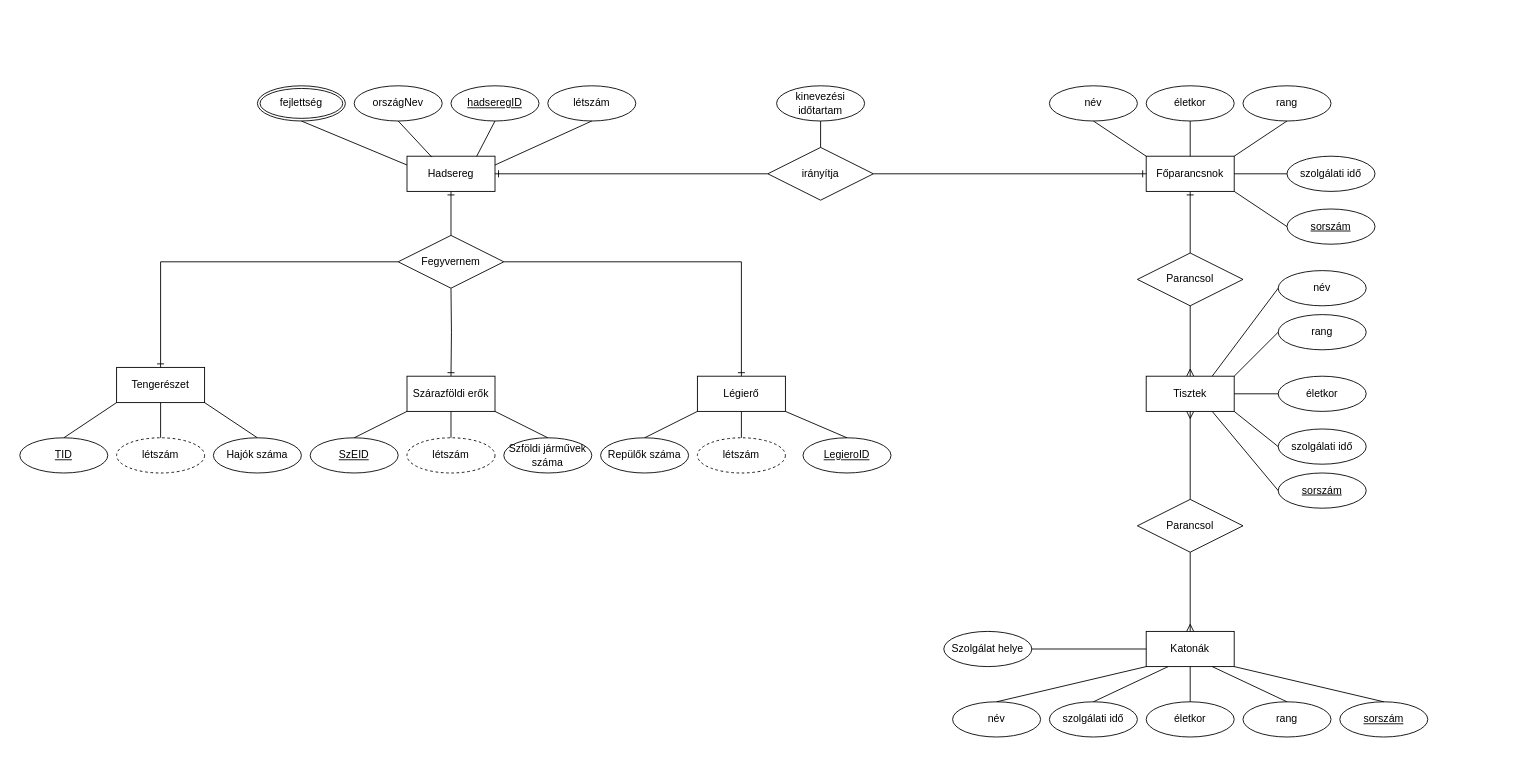
This is DBSemTaskHEPMIU/ERhepmiu.drawio from urbanoliver/HEPMIU_DB1Gyak, a draw.io file, before an edit. Source tidied: cells renumbered, new cells numbered last; positions are measured from the earlier drawing's top-left corner, leaving out a move shared by most shapes. Both pictures are drawn from the tidied source at 88%, with x=0, y=0 at pixel (19, 85).
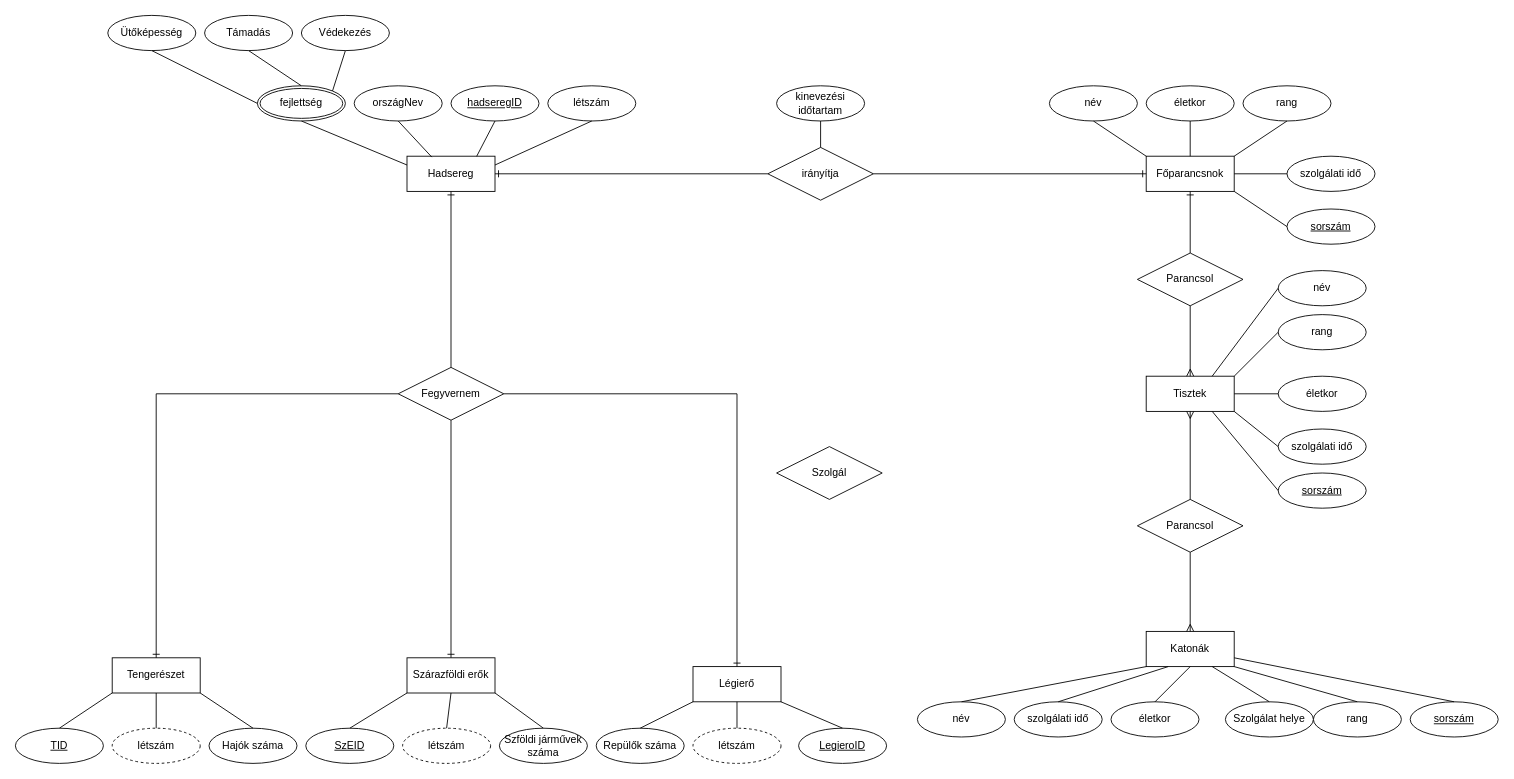
The same page after the edit.

The change refers to these unchanged cells:
```xml
<mxCell id="45" value="Katonák" style="whiteSpace=wrap;html=1;align=center;" parent="1" vertex="1">
  <mxGeometry x="1280" y="620" width="100" height="40" as="geometry" />
</mxCell>
<mxCell id="69" value="fejlettség" style="ellipse;shape=doubleEllipse;margin=3;whiteSpace=wrap;html=1;align=center;" parent="1" vertex="1">
  <mxGeometry x="270" width="100" height="40" as="geometry" />
</mxCell>
```

Diff of the diagram source:
```diff
@@
-    <mxCell id="5" style="fontSize=12;html=1;endArrow=ERone;endFill=1;rounded=0;entryX=0.5;entryY=0;entryDx=0;entryDy=0;edgeStyle=orthogonalEdgeStyle;" parent="1" edge="1" target="6">
-      <mxGeometry relative="1" as="geometry">
-        <mxPoint x="490" y="230" as="sourcePoint" />
-      </mxGeometry>
+    <mxCell id="5" style="fontSize=12;html=1;endArrow=ERone;endFill=1;rounded=0;entryX=0.5;entryY=0;entryDx=0;entryDy=0;edgeStyle=orthogonalEdgeStyle;exitX=0.5;exitY=1;exitDx=0;exitDy=0;" parent="1" edge="1" source="14" target="6">
+      <mxGeometry relative="1" as="geometry" />
     </mxCell>
     <mxCell id="6" value="Szárazföldi erők" style="whiteSpace=wrap;html=1;align=center;" parent="1" vertex="1">
-      <mxGeometry x="440" y="330" width="100" height="40" as="geometry" />
+      <mxGeometry x="440" y="650" width="100" height="40" as="geometry" />
     </mxCell>
     <mxCell id="7" value="Légierő" style="whiteSpace=wrap;html=1;align=center;" parent="1" vertex="1">
-      <mxGeometry x="770" y="330" width="100" height="40" as="geometry" />
+      <mxGeometry x="765" y="660" width="100" height="40" as="geometry" />
     </mxCell>
@@
     <mxCell id="9" value="Tengerészet" style="whiteSpace=wrap;html=1;align=center;" parent="1" vertex="1">
-      <mxGeometry x="110" y="320" width="100" height="40" as="geometry" />
+      <mxGeometry x="105" y="650" width="100" height="40" as="geometry" />
     </mxCell>
@@
     <mxCell id="14" value="Fegyvernem" style="shape=rhombus;perimeter=rhombusPerimeter;whiteSpace=wrap;html=1;align=center;" parent="1" vertex="1">
-      <mxGeometry x="430" y="170" width="120" height="60" as="geometry" />
+      <mxGeometry x="430" y="320" width="120" height="60" as="geometry" />
     </mxCell>
@@
     <mxCell id="47" value="szolgálati idő" style="ellipse;whiteSpace=wrap;html=1;align=center;" parent="1" vertex="1">
-      <mxGeometry x="1170" y="700" width="100" height="40" as="geometry" />
+      <mxGeometry x="1130" y="700" width="100" height="40" as="geometry" />
     </mxCell>
     <mxCell id="48" value="életkor" style="ellipse;whiteSpace=wrap;html=1;align=center;" parent="1" vertex="1">
-      <mxGeometry x="1280" y="700" width="100" height="40" as="geometry" />
+      <mxGeometry x="1240" y="700" width="100" height="40" as="geometry" />
     </mxCell>
     <mxCell id="49" value="rang" style="ellipse;whiteSpace=wrap;html=1;align=center;" parent="1" vertex="1">
-      <mxGeometry x="1390" y="700" width="100" height="40" as="geometry" />
+      <mxGeometry x="1470" y="700" width="100" height="40" as="geometry" />
     </mxCell>
     <mxCell id="50" value="név" style="ellipse;whiteSpace=wrap;html=1;align=center;" parent="1" vertex="1">
-      <mxGeometry x="1060" y="700" width="100" height="40" as="geometry" />
+      <mxGeometry x="1020" y="700" width="100" height="40" as="geometry" />
     </mxCell>
@@
-    <mxCell id="53" style="endArrow=none;html=1;rounded=0;entryX=0.5;entryY=1;entryDx=0;entryDy=0;exitX=0.5;exitY=0;exitDx=0;exitDy=0;" parent="1" edge="1" source="48" target="45">
-      <mxGeometry relative="1" as="geometry" />
-    </mxCell>
-    <mxCell id="54" style="endArrow=none;html=1;rounded=0;entryX=0.75;entryY=1;entryDx=0;entryDy=0;exitX=0.5;exitY=0;exitDx=0;exitDy=0;" parent="1" edge="1" source="49" target="45">
+    <mxCell id="54" style="endArrow=none;html=1;rounded=0;entryX=1;entryY=1;entryDx=0;entryDy=0;exitX=0.5;exitY=0;exitDx=0;exitDy=0;" parent="1" edge="1" source="49" target="45">
       <mxGeometry relative="1" as="geometry" />
     </mxCell>
     <mxCell id="55" value="sorszám" style="ellipse;whiteSpace=wrap;html=1;align=center;fontStyle=4;" parent="1" vertex="1">
-      <mxGeometry x="1500" y="700" width="100" height="40" as="geometry" />
+      <mxGeometry x="1580" y="700" width="100" height="40" as="geometry" />
     </mxCell>
@@
-    <mxCell id="60" style="endArrow=none;html=1;rounded=0;entryX=1;entryY=1;entryDx=0;entryDy=0;exitX=0.5;exitY=0;exitDx=0;exitDy=0;" parent="1" edge="1" source="55" target="45">
+    <mxCell id="60" style="endArrow=none;html=1;rounded=0;entryX=1;entryY=0.75;entryDx=0;entryDy=0;exitX=0.5;exitY=0;exitDx=0;exitDy=0;" parent="1" edge="1" source="55" target="45">
       <mxGeometry relative="1" as="geometry" />
     </mxCell>
     <mxCell id="61" value="SzEID" style="ellipse;whiteSpace=wrap;html=1;align=center;fontStyle=4;" parent="1" vertex="1">
-      <mxGeometry x="330" y="400" width="100" height="40" as="geometry" />
+      <mxGeometry x="325" y="730" width="100" height="40" as="geometry" />
     </mxCell>
     <mxCell id="62" value="LegieroID" style="ellipse;whiteSpace=wrap;html=1;align=center;fontStyle=4;" parent="1" vertex="1">
-      <mxGeometry x="890" y="400" width="100" height="40" as="geometry" />
+      <mxGeometry x="885" y="730" width="100" height="40" as="geometry" />
     </mxCell>
     <mxCell id="63" value="TID" style="ellipse;whiteSpace=wrap;html=1;align=center;fontStyle=4;" parent="1" vertex="1">
-      <mxGeometry y="400" width="100" height="40" as="geometry" />
+      <mxGeometry x="-5" y="730" width="100" height="40" as="geometry" />
     </mxCell>
     <mxCell id="64" value="létszám" style="ellipse;whiteSpace=wrap;html=1;align=center;dashed=1;" parent="1" vertex="1">
-      <mxGeometry x="110" y="400" width="100" height="40" as="geometry" />
+      <mxGeometry x="105" y="730" width="100" height="40" as="geometry" />
     </mxCell>
     <mxCell id="65" value="létszám" style="ellipse;whiteSpace=wrap;html=1;align=center;dashed=1;" parent="1" vertex="1">
-      <mxGeometry x="440" y="400" width="100" height="40" as="geometry" />
+      <mxGeometry x="435" y="730" width="100" height="40" as="geometry" />
     </mxCell>
     <mxCell id="66" value="létszám" style="ellipse;whiteSpace=wrap;html=1;align=center;dashed=1;" parent="1" vertex="1">
-      <mxGeometry x="770" y="400" width="100" height="40" as="geometry" />
+      <mxGeometry x="765" y="730" width="100" height="40" as="geometry" />
     </mxCell>
     <mxCell id="67" value="Szolgálat helye" style="ellipse;whiteSpace=wrap;html=1;align=center;" parent="1" vertex="1">
-      <mxGeometry x="1050" y="620" width="100" height="40" as="geometry" />
+      <mxGeometry x="1370" y="700" width="100" height="40" as="geometry" />
     </mxCell>
-    <mxCell id="68" style="endArrow=none;html=1;rounded=0;entryX=0;entryY=0.5;entryDx=0;entryDy=0;exitX=1;exitY=0.5;exitDx=0;exitDy=0;" parent="1" edge="1" source="67" target="45">
+    <mxCell id="68" style="endArrow=none;html=1;rounded=0;entryX=0.75;entryY=1;entryDx=0;entryDy=0;exitX=0.5;exitY=0;exitDx=0;exitDy=0;" parent="1" edge="1" source="67" target="45">
       <mxGeometry relative="1" as="geometry" />
     </mxCell>
@@
     <mxCell id="71" value="Repülők száma" style="ellipse;whiteSpace=wrap;html=1;align=center;" parent="1" vertex="1">
-      <mxGeometry x="660" y="400" width="100" height="40" as="geometry" />
+      <mxGeometry x="655" y="730" width="100" height="40" as="geometry" />
     </mxCell>
     <mxCell id="72" value="Szföldi járművek száma" style="ellipse;whiteSpace=wrap;html=1;align=center;" parent="1" vertex="1">
-      <mxGeometry x="550" y="400" width="100" height="40" as="geometry" />
+      <mxGeometry x="545" y="730" width="100" height="40" as="geometry" />
     </mxCell>
     <mxCell id="73" value="Hajók száma" style="ellipse;whiteSpace=wrap;html=1;align=center;" parent="1" vertex="1">
-      <mxGeometry x="220" y="400" width="100" height="40" as="geometry" />
+      <mxGeometry x="215" y="730" width="100" height="40" as="geometry" />
     </mxCell>
@@
+    <mxCell id="83" value="Védekezés" style="ellipse;whiteSpace=wrap;html=1;align=center;" parent="1" vertex="1">
+      <mxGeometry x="320" y="-80" width="100" height="40" as="geometry" />
+    </mxCell>
+    <mxCell id="84" value="Támadás" style="ellipse;whiteSpace=wrap;html=1;align=center;" parent="1" vertex="1">
+      <mxGeometry x="210" y="-80" width="100" height="40" as="geometry" />
+    </mxCell>
+    <mxCell id="85" value="Ütőképesség" style="ellipse;whiteSpace=wrap;html=1;align=center;" parent="1" vertex="1">
+      <mxGeometry x="100" y="-80" width="100" height="40" as="geometry" />
+    </mxCell>
+    <mxCell id="86" style="endArrow=none;html=1;rounded=0;exitX=0.5;exitY=1;exitDx=0;exitDy=0;entryX=0;entryY=0.5;entryDx=0;entryDy=0;" parent="1" edge="1" source="85" target="69">
+      <mxGeometry relative="1" as="geometry" />
+    </mxCell>
+    <mxCell id="87" style="endArrow=none;html=1;rounded=0;exitX=0.5;exitY=1;exitDx=0;exitDy=0;entryX=0.5;entryY=0;entryDx=0;entryDy=0;" parent="1" edge="1" source="84" target="69">
+      <mxGeometry relative="1" as="geometry" />
+    </mxCell>
+    <mxCell id="88" style="endArrow=none;html=1;rounded=0;exitX=0.5;exitY=1;exitDx=0;exitDy=0;entryX=1;entryY=0;entryDx=0;entryDy=0;" parent="1" edge="1" source="83" target="69">
+      <mxGeometry relative="1" as="geometry" />
+    </mxCell>
+    <mxCell id="89" value="Szolgál" style="shape=rhombus;perimeter=rhombusPerimeter;whiteSpace=wrap;html=1;align=center;" parent="1" vertex="1">
+      <mxGeometry x="860" y="410" width="120" height="60" as="geometry" />
+    </mxCell>
+    <mxCell id="53" style="endArrow=none;html=1;rounded=0;entryX=0.5;entryY=1;entryDx=0;entryDy=0;exitX=0.5;exitY=0;exitDx=0;exitDy=0;" parent="1" edge="1" source="48" target="45">
+      <mxGeometry relative="1" as="geometry" />
+    </mxCell>
```
